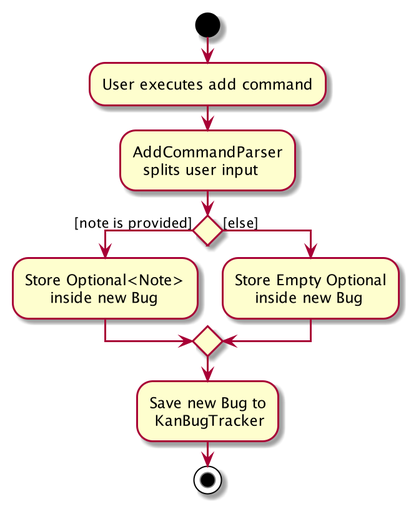
Above: docs/images/NoteAddActivityDiagram.png in the-reefshark/tp (PlantUML), before the change.
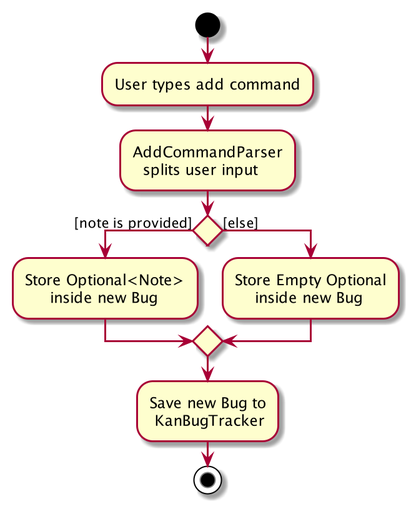
After the commit.

Diff of the diagram source:
```diff
@@ -1,6 +1,6 @@
 @startuml
 start
-:User executes add command;
+:User types add command;
 :AddCommandParser
   splits user input;
 
```
